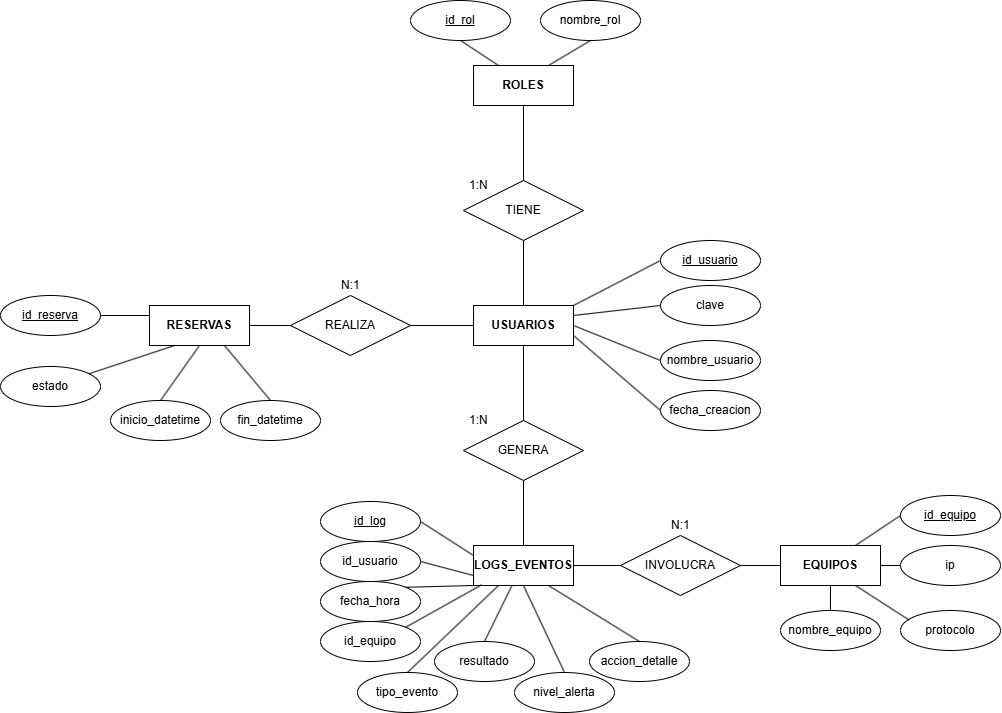
Above: database/ER_TFG_MTM.drawio.png in mtarraga/TFG-Automatizacion_y_gestion_de_espacios (draw.io), before the change. Source tidied: cells renumbered, new cells last; positions are measured from the earlier drawing's top-left corner, leaving out a move shared by most shapes.
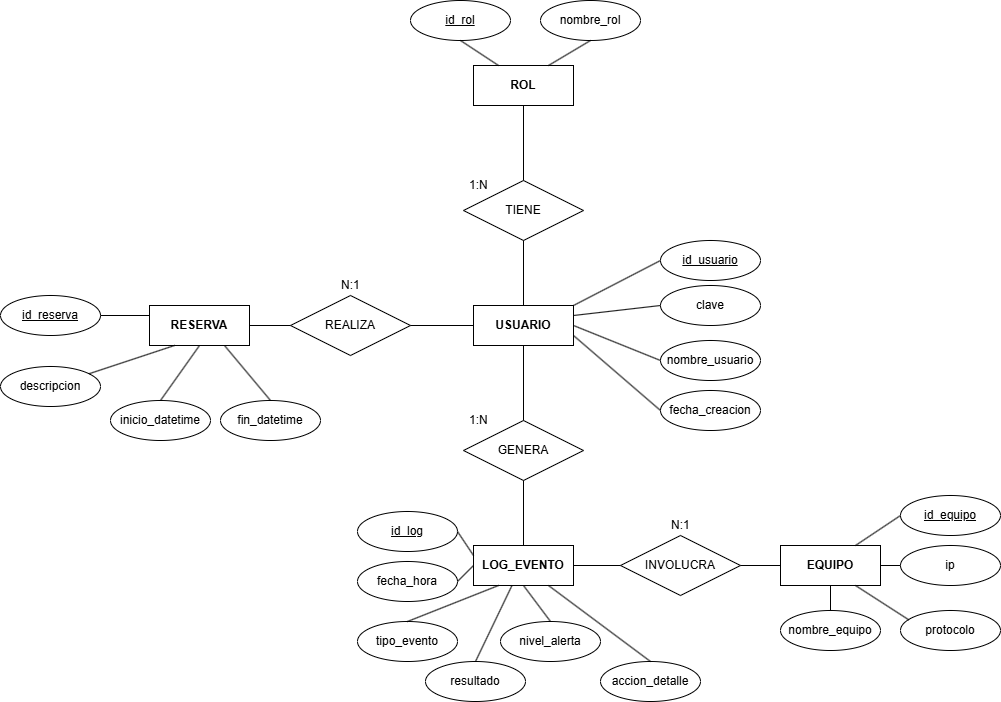
Above is the later version.

Commit message:
borrador final TFG: Modelo BD en singular, diagramas UX y evidencias añadidas en memoria

The edit, as a diff of the source:
```diff
@@ -2,19 +2,19 @@
   <root>
     <mxCell id="0" />
     <mxCell id="1" parent="0" />
-    <mxCell id="2" value="&lt;b&gt;ROLES&lt;/b&gt;" style="whiteSpace=wrap;html=1;align=center;" parent="1" vertex="1">
+    <mxCell id="2" value="&lt;b&gt;ROL&lt;/b&gt;" style="whiteSpace=wrap;html=1;align=center;" parent="1" vertex="1">
       <mxGeometry x="473" y="65" width="100" height="40" as="geometry" />
     </mxCell>
-    <mxCell id="3" value="&lt;b&gt;USUARIOS&lt;/b&gt;" style="whiteSpace=wrap;html=1;align=center;" parent="1" vertex="1">
+    <mxCell id="3" value="&lt;b&gt;USUARIO&lt;/b&gt;" style="whiteSpace=wrap;html=1;align=center;" parent="1" vertex="1">
       <mxGeometry x="473" y="305" width="100" height="40" as="geometry" />
     </mxCell>
-    <mxCell id="4" value="&lt;b&gt;EQUIPOS&lt;/b&gt;" style="whiteSpace=wrap;html=1;align=center;" parent="1" vertex="1">
+    <mxCell id="4" value="&lt;b&gt;EQUIPO&lt;/b&gt;" style="whiteSpace=wrap;html=1;align=center;" parent="1" vertex="1">
       <mxGeometry x="780" y="545" width="100" height="40" as="geometry" />
     </mxCell>
-    <mxCell id="5" value="&lt;b&gt;RESERVAS&lt;/b&gt;" style="whiteSpace=wrap;html=1;align=center;" parent="1" vertex="1">
+    <mxCell id="5" value="&lt;b&gt;RESERVA&lt;/b&gt;" style="whiteSpace=wrap;html=1;align=center;" parent="1" vertex="1">
       <mxGeometry x="149" y="305" width="100" height="40" as="geometry" />
     </mxCell>
-    <mxCell id="6" value="&lt;b&gt;LOGS_EVENTOS&lt;/b&gt;" style="whiteSpace=wrap;html=1;align=center;" parent="1" vertex="1">
+    <mxCell id="6" value="&lt;b&gt;LOG_EVENTO&lt;/b&gt;" style="whiteSpace=wrap;html=1;align=center;" parent="1" vertex="1">
       <mxGeometry x="473" y="545" width="100" height="40" as="geometry" />
     </mxCell>
     <mxCell id="7" value="nombre_rol" style="ellipse;whiteSpace=wrap;html=1;align=center;" parent="1" vertex="1">
@@ -56,21 +56,18 @@
     <mxCell id="19" value="fin_datetime" style="ellipse;whiteSpace=wrap;html=1;align=center;" parent="1" vertex="1">
       <mxGeometry x="220" y="400" width="100" height="40" as="geometry" />
     </mxCell>
-    <mxCell id="20" value="estado" style="ellipse;whiteSpace=wrap;html=1;align=center;" parent="1" vertex="1">
+    <mxCell id="20" value="descripcion" style="ellipse;whiteSpace=wrap;html=1;align=center;" parent="1" vertex="1">
       <mxGeometry y="366" width="100" height="40" as="geometry" />
     </mxCell>
     <mxCell id="21" value="id_log" style="ellipse;whiteSpace=wrap;html=1;align=center;fontStyle=4;" parent="1" vertex="1">
-      <mxGeometry x="320" y="501" width="100" height="40" as="geometry" />
+      <mxGeometry x="357" y="511" width="100" height="40" as="geometry" />
     </mxCell>
     <mxCell id="22" value="fecha_hora" style="ellipse;whiteSpace=wrap;html=1;align=center;" parent="1" vertex="1">
-      <mxGeometry x="320" y="581" width="100" height="40" as="geometry" />
+      <mxGeometry x="357" y="561" width="100" height="40" as="geometry" />
     </mxCell>
     <mxCell id="23" value="accion_detalle" style="ellipse;whiteSpace=wrap;html=1;align=center;" parent="1" vertex="1">
-      <mxGeometry x="589" y="641" width="100" height="40" as="geometry" />
+      <mxGeometry x="600" y="661" width="100" height="40" as="geometry" />
     </mxCell>
-    <mxCell id="24" value="id_usuario" style="ellipse;whiteSpace=wrap;html=1;align=center;" parent="1" vertex="1">
-      <mxGeometry x="320" y="541" width="100" height="40" as="geometry" />
-    </mxCell>
     <mxCell id="25" value="INVOLUCRA" style="shape=rhombus;perimeter=rhombusPerimeter;whiteSpace=wrap;html=1;align=center;" parent="1" vertex="1">
       <mxGeometry x="620" y="535" width="120" height="60" as="geometry" />
     </mxCell>
@@ -133,10 +130,7 @@
     <mxCell id="44" style="endArrow=none;html=1;rounded=0;exitX=1;exitY=0.5;exitDx=0;exitDy=0;entryX=0;entryY=0.25;entryDx=0;entryDy=0;" parent="1" edge="1" source="21" target="6">
       <mxGeometry relative="1" as="geometry" />
     </mxCell>
-    <mxCell id="45" style="endArrow=none;html=1;rounded=0;entryX=0;entryY=0.75;entryDx=0;entryDy=0;exitX=1;exitY=0.5;exitDx=0;exitDy=0;" parent="1" edge="1" source="24" target="6">
-      <mxGeometry relative="1" as="geometry" />
-    </mxCell>
-    <mxCell id="46" style="endArrow=none;html=1;rounded=0;exitX=1;exitY=0;exitDx=0;exitDy=0;entryX=0;entryY=1;entryDx=0;entryDy=0;" parent="1" edge="1" source="22" target="6">
+    <mxCell id="46" style="endArrow=none;html=1;rounded=0;exitX=1;exitY=0.5;exitDx=0;exitDy=0;entryX=0;entryY=0.5;entryDx=0;entryDy=0;" parent="1" edge="1" source="22" target="6">
       <mxGeometry relative="1" as="geometry" />
     </mxCell>
     <mxCell id="47" style="endArrow=none;html=1;rounded=0;entryX=0.75;entryY=1;entryDx=0;entryDy=0;exitX=0.5;exitY=0;exitDx=0;exitDy=0;" parent="1" edge="1" source="23" target="6">
@@ -178,26 +172,20 @@
     <mxCell id="59" value="N:1" style="text;strokeColor=none;fillColor=none;spacingLeft=4;spacingRight=4;overflow=hidden;fontSize=12;whiteSpace=wrap;html=1;" parent="1" vertex="1">
       <mxGeometry x="665" y="511" width="30" height="24" as="geometry" />
     </mxCell>
-    <mxCell id="60" value="id_equipo" style="ellipse;whiteSpace=wrap;html=1;align=center;" parent="1" vertex="1">
-      <mxGeometry x="320" y="621" width="100" height="40" as="geometry" />
-    </mxCell>
-    <mxCell id="61" style="endArrow=none;html=1;rounded=0;exitX=1;exitY=0;exitDx=0;exitDy=0;entryX=0.084;entryY=0.98;entryDx=0;entryDy=0;entryPerimeter=0;" parent="1" edge="1" source="60" target="6">
-      <mxGeometry relative="1" as="geometry" />
-    </mxCell>
     <mxCell id="62" value="tipo_evento" style="ellipse;whiteSpace=wrap;html=1;align=center;" parent="1" vertex="1">
-      <mxGeometry x="357" y="672" width="100" height="40" as="geometry" />
+      <mxGeometry x="357" y="621" width="100" height="40" as="geometry" />
     </mxCell>
     <mxCell id="63" style="endArrow=none;html=1;rounded=0;exitX=0.5;exitY=0;exitDx=0;exitDy=0;entryX=0.25;entryY=1;entryDx=0;entryDy=0;" parent="1" edge="1" source="62" target="6">
       <mxGeometry relative="1" as="geometry" />
     </mxCell>
     <mxCell id="64" value="resultado" style="ellipse;whiteSpace=wrap;html=1;align=center;" parent="1" vertex="1">
-      <mxGeometry x="434" y="641" width="100" height="40" as="geometry" />
+      <mxGeometry x="425" y="661" width="100" height="40" as="geometry" />
     </mxCell>
     <mxCell id="65" style="endArrow=none;html=1;rounded=0;exitX=0.5;exitY=0;exitDx=0;exitDy=0;entryX=0.385;entryY=0.999;entryDx=0;entryDy=0;entryPerimeter=0;" parent="1" edge="1" source="64" target="6">
       <mxGeometry relative="1" as="geometry" />
     </mxCell>
     <mxCell id="66" value="nivel_alerta" style="ellipse;whiteSpace=wrap;html=1;align=center;" parent="1" vertex="1">
-      <mxGeometry x="514" y="672" width="100" height="40" as="geometry" />
+      <mxGeometry x="500" y="621" width="100" height="40" as="geometry" />
     </mxCell>
     <mxCell id="67" style="endArrow=none;html=1;rounded=0;entryX=0.5;entryY=1;entryDx=0;entryDy=0;exitX=0.5;exitY=0;exitDx=0;exitDy=0;" parent="1" edge="1" source="66" target="6">
       <mxGeometry relative="1" as="geometry" />
```
